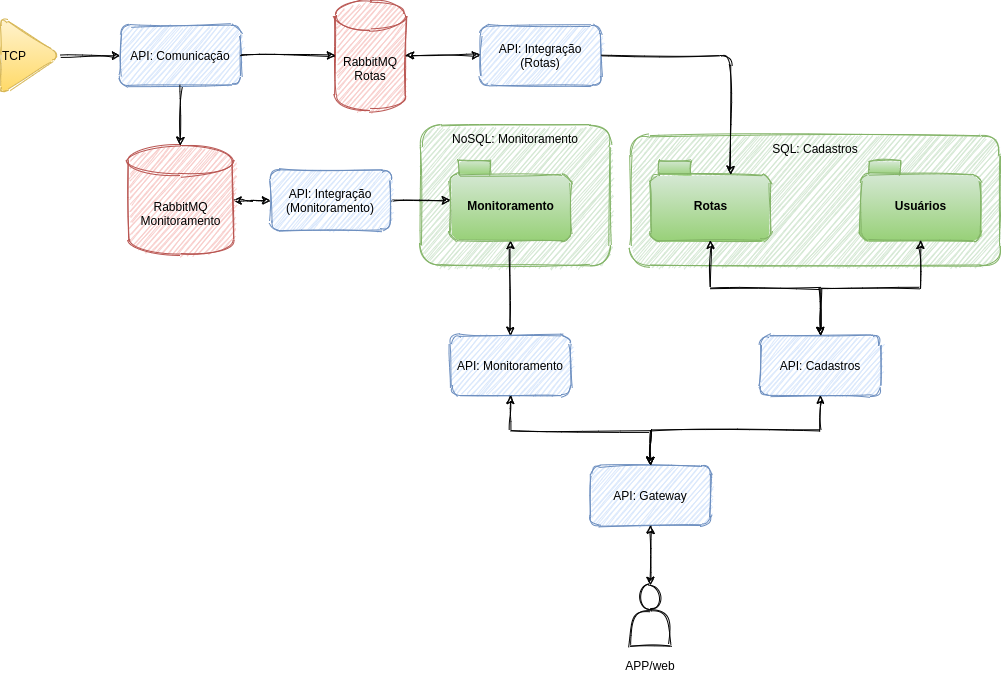
Above: docs/arquitetura.png in atreib/tracking-env (draw.io), before the change. Source tidied: cells renumbered, new cells last; positions are measured from the earlier drawing's top-left corner, leaving out a move shared by most shapes.
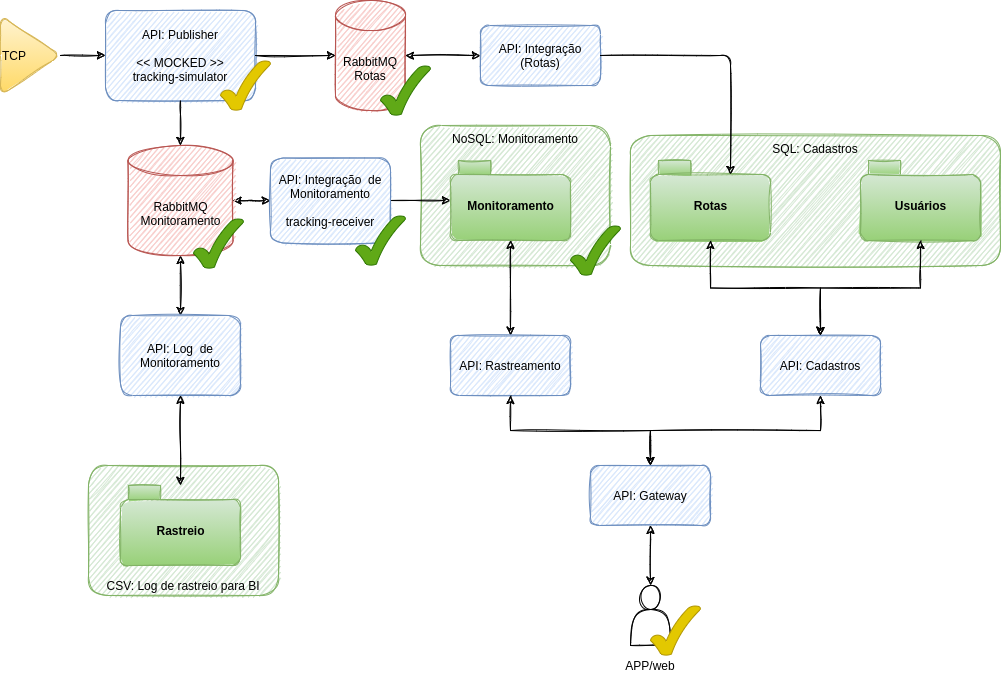
After the change.

What changed in the source:
```diff
@@ -14,12 +14,15 @@
     <mxCell id="5" value="TCP" style="triangle;whiteSpace=wrap;html=1;align=left;rounded=1;sketch=1;fillColor=#fff2cc;strokeColor=#d6b656;gradientColor=#ffd966;" parent="1" vertex="1">
       <mxGeometry y="15" width="60" height="80" as="geometry" />
     </mxCell>
-    <mxCell id="6" value="API: Comunicação" style="rounded=1;whiteSpace=wrap;html=1;align=center;verticalAlign=middle;sketch=1;fillColor=#dae8fc;strokeColor=#6c8ebf;" parent="1" vertex="1">
-      <mxGeometry x="120" y="25" width="120" height="60" as="geometry" />
+    <mxCell id="6" value="API: Publisher&lt;br&gt;&lt;br&gt;&amp;lt;&amp;lt; MOCKED &amp;gt;&amp;gt;&lt;br&gt;tracking-simulator" style="rounded=1;whiteSpace=wrap;html=1;align=center;verticalAlign=middle;sketch=1;fillColor=#dae8fc;strokeColor=#6c8ebf;" parent="1" vertex="1">
+      <mxGeometry x="105" y="10" width="150" height="90" as="geometry" />
     </mxCell>
     <mxCell id="7" style="edgeStyle=orthogonalEdgeStyle;rounded=0;sketch=1;jettySize=auto;html=1;startArrow=classic;startFill=1;" parent="1" edge="1" source="8" target="15">
       <mxGeometry relative="1" as="geometry" />
     </mxCell>
+    <mxCell id="31" style="edgeStyle=orthogonalEdgeStyle;rounded=0;jettySize=auto;html=1;startArrow=classic;startFill=1;sketch=1;" parent="1" edge="1" source="8" target="36">
+      <mxGeometry relative="1" as="geometry" />
+    </mxCell>
     <mxCell id="8" value="RabbitMQ&lt;br&gt;Monitoramento" style="shape=cylinder3;whiteSpace=wrap;html=1;boundedLbl=1;backgroundOutline=1;size=15;rounded=1;sketch=1;fillColor=#f8cecc;strokeColor=#b85450;" parent="1" vertex="1">
       <mxGeometry x="127.5" y="145" width="105" height="110" as="geometry" />
     </mxCell>
@@ -41,8 +44,8 @@
     <mxCell id="14" style="edgeStyle=orthogonalEdgeStyle;rounded=0;sketch=1;jettySize=auto;html=1;startArrow=none;startFill=0;" parent="1" edge="1" source="15" target="19">
       <mxGeometry relative="1" as="geometry" />
     </mxCell>
-    <mxCell id="15" value="API: Integração (Monitoramento)" style="rounded=1;whiteSpace=wrap;html=1;align=center;verticalAlign=middle;sketch=1;fillColor=#dae8fc;strokeColor=#6c8ebf;" parent="1" vertex="1">
-      <mxGeometry x="270" y="170" width="120" height="60" as="geometry" />
+    <mxCell id="15" value="API: Integração&amp;nbsp; de Monitoramento&lt;br&gt;&lt;br&gt;tracking-receiver" style="rounded=1;whiteSpace=wrap;html=1;align=center;verticalAlign=middle;sketch=1;fillColor=#dae8fc;strokeColor=#6c8ebf;" parent="1" vertex="1">
+      <mxGeometry x="270" y="157.5" width="120" height="85" as="geometry" />
     </mxCell>
     <mxCell id="16" value="Rotas" style="shape=folder;fontStyle=1;spacingTop=10;tabWidth=40;tabHeight=14;tabPosition=left;html=1;rounded=1;sketch=1;align=center;gradientColor=#97d077;fillColor=#d5e8d4;strokeColor=#82b366;" parent="1" vertex="1">
       <mxGeometry x="650" y="160" width="120" height="80" as="geometry" />
@@ -63,7 +66,7 @@
     <mxCell id="20" value="API: Cadastros" style="rounded=1;whiteSpace=wrap;html=1;align=center;verticalAlign=middle;sketch=1;fillColor=#dae8fc;strokeColor=#6c8ebf;" parent="1" vertex="1">
       <mxGeometry x="760" y="335" width="120" height="60" as="geometry" />
     </mxCell>
-    <mxCell id="21" value="API: Monitoramento" style="rounded=1;whiteSpace=wrap;html=1;align=center;verticalAlign=middle;sketch=1;fillColor=#dae8fc;strokeColor=#6c8ebf;" parent="1" vertex="1">
+    <mxCell id="21" value="API: Rastreamento" style="rounded=1;whiteSpace=wrap;html=1;align=center;verticalAlign=middle;sketch=1;fillColor=#dae8fc;strokeColor=#6c8ebf;" parent="1" vertex="1">
       <mxGeometry x="450" y="335" width="120" height="60" as="geometry" />
     </mxCell>
     <mxCell id="22" value="Usuários" style="shape=folder;fontStyle=1;spacingTop=10;tabWidth=40;tabHeight=14;tabPosition=left;html=1;rounded=1;sketch=1;align=center;gradientColor=#97d077;fillColor=#d5e8d4;strokeColor=#82b366;" parent="1" vertex="1">
@@ -93,5 +96,35 @@
     <mxCell id="30" value="APP/web" style="text;html=1;strokeColor=none;fillColor=none;align=center;verticalAlign=middle;whiteSpace=wrap;rounded=0;sketch=1;" parent="1" vertex="1">
       <mxGeometry x="630" y="655" width="40" height="20" as="geometry" />
     </mxCell>
+    <mxCell id="32" style="verticalLabelPosition=bottom;verticalAlign=top;html=1;shape=mxgraph.basic.tick;strokeColor=#2D7600;fillColor=#60a917;fontColor=#ffffff;" parent="1" vertex="1">
+      <mxGeometry x="355" y="215" width="50" height="50" as="geometry" />
+    </mxCell>
+    <mxCell id="33" style="verticalLabelPosition=bottom;verticalAlign=top;html=1;shape=mxgraph.basic.tick;strokeColor=#2D7600;fillColor=#60a917;fontColor=#ffffff;" parent="1" vertex="1">
+      <mxGeometry x="193" y="218" width="50" height="50" as="geometry" />
+    </mxCell>
+    <mxCell id="34" style="verticalLabelPosition=bottom;verticalAlign=top;html=1;shape=mxgraph.basic.tick;strokeColor=#2D7600;fillColor=#60a917;fontColor=#ffffff;" parent="1" vertex="1">
+      <mxGeometry x="570" y="225" width="50" height="50" as="geometry" />
+    </mxCell>
+    <mxCell id="35" style="verticalLabelPosition=bottom;verticalAlign=top;html=1;shape=mxgraph.basic.tick;strokeColor=#B09500;fillColor=#e3c800;fontColor=#000000;" parent="1" vertex="1">
+      <mxGeometry x="220" y="60" width="50" height="50" as="geometry" />
+    </mxCell>
+    <mxCell id="36" value="API: Log&amp;nbsp; de Monitoramento" style="rounded=1;whiteSpace=wrap;html=1;align=center;verticalAlign=middle;sketch=1;fillColor=#dae8fc;strokeColor=#6c8ebf;" parent="1" vertex="1">
+      <mxGeometry x="120" y="315" width="120" height="80" as="geometry" />
+    </mxCell>
+    <mxCell id="37" value="CSV: Log de rastreio para BI" style="rounded=1;whiteSpace=wrap;html=1;sketch=1;align=center;verticalAlign=bottom;fillColor=#d5e8d4;strokeColor=#82b366;" parent="1" vertex="1">
+      <mxGeometry x="88" y="465" width="190" height="130" as="geometry" />
+    </mxCell>
+    <mxCell id="38" value="Rastreio" style="shape=folder;fontStyle=1;spacingTop=10;tabWidth=40;tabHeight=14;tabPosition=left;html=1;rounded=1;sketch=1;align=center;fillColor=#d5e8d4;strokeColor=#82b366;gradientColor=#97d077;" parent="1" vertex="1">
+      <mxGeometry x="120" y="485" width="120" height="80" as="geometry" />
+    </mxCell>
+    <mxCell id="39" style="edgeStyle=orthogonalEdgeStyle;rounded=0;jettySize=auto;html=1;startArrow=classic;startFill=1;sketch=1;" parent="1" edge="1" source="36" target="38">
+      <mxGeometry relative="1" as="geometry" />
+    </mxCell>
+    <mxCell id="40" style="verticalLabelPosition=bottom;verticalAlign=top;html=1;shape=mxgraph.basic.tick;strokeColor=#2D7600;fillColor=#60a917;fontColor=#ffffff;" parent="1" vertex="1">
+      <mxGeometry x="380" y="65" width="50" height="50" as="geometry" />
+    </mxCell>
+    <mxCell id="41" style="verticalLabelPosition=bottom;verticalAlign=top;html=1;shape=mxgraph.basic.tick;strokeColor=#B09500;fillColor=#e3c800;fontColor=#000000;" parent="1" vertex="1">
+      <mxGeometry x="650" y="605" width="50" height="50" as="geometry" />
+    </mxCell>
   </root>
 </mxGraphModel>
```
